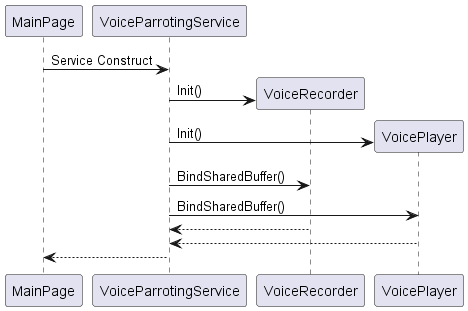
This is uml/VoiceParrotingSequence_ServiceConstruct.png from tatsuya19871219/MauiVoiceParrotingApp, a PlantUML export, as it was before one commit.
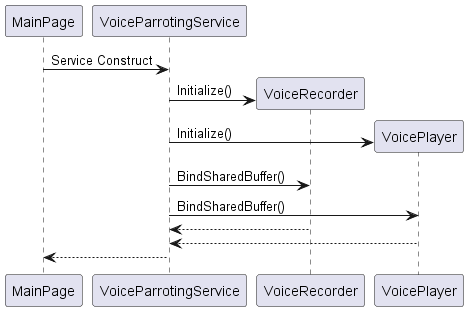
Later version of the same file.

The edit, as a diff of the source:
```diff
@@ -3,9 +3,9 @@
 participant VoiceParrotingService as Service
 MainPage -> Service : Service Construct
 create VoiceRecorder
-Service -> VoiceRecorder : Init()
+Service -> VoiceRecorder : Initialize()
 create VoicePlayer
-Service -> VoicePlayer : Init()
+Service -> VoicePlayer : Initialize()
 
 Service -> VoiceRecorder : BindSharedBuffer()
 Service -> VoicePlayer : BindSharedBuffer()
```
